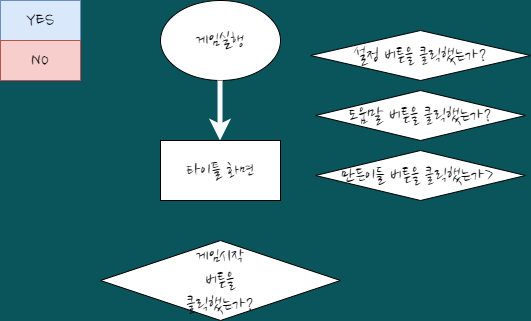
Earlier version of the draw.io export gameplay_flowchat.drawio.png (kinesis19/stac_project_SME). Source tidied: cells renumbered, new cells last; positions are measured from the earlier drawing's top-left corner, leaving out a move shared by most shapes.
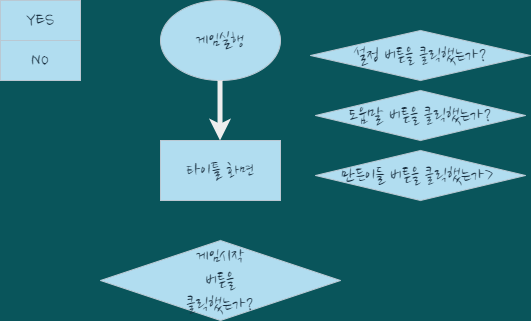
The same diagram one commit later.

What changed in the source:
```diff
@@ -2,34 +2,34 @@
   <root>
     <mxCell id="0" />
     <mxCell id="1" parent="0" />
-    <mxCell id="2" value="&lt;font style=&quot;font-size: 20px;&quot;&gt;게임실행&lt;/font&gt;" style="ellipse;whiteSpace=wrap;html=1;fontFamily=Nanum Brush Script;fontSource=https%3A%2F%2Ffonts.googleapis.com%2Fcss%3Ffamily%3DNanum%2BBrush%2BScript;fontSize=20;" parent="1" vertex="1">
+    <mxCell id="2" value="&lt;font style=&quot;font-size: 20px;&quot;&gt;게임실행&lt;/font&gt;" style="ellipse;whiteSpace=wrap;html=1;fontFamily=Nanum Brush Script;fontSource=https%3A%2F%2Ffonts.googleapis.com%2Fcss%3Ffamily%3DNanum%2BBrush%2BScript;fontSize=20;fillColor=#B1DDF0;strokeColor=#BAC8D3;fontColor=#182E3E;" parent="1" vertex="1">
       <mxGeometry x="160" width="120" height="80" as="geometry" />
     </mxCell>
-    <mxCell id="3" value="YES" style="rounded=0;whiteSpace=wrap;html=1;sketch=0;fontSize=20;strokeColor=#6c8ebf;fillColor=#dae8fc;fontFamily=Nanum Brush Script;fontSource=https%3A%2F%2Ffonts.googleapis.com%2Fcss%3Ffamily%3DNanum%2BBrush%2BScript;" parent="1" vertex="1">
+    <mxCell id="3" value="YES" style="rounded=0;whiteSpace=wrap;html=1;sketch=0;fontSize=20;strokeColor=#BAC8D3;fillColor=#B1DDF0;fontFamily=Nanum Brush Script;fontSource=https%3A%2F%2Ffonts.googleapis.com%2Fcss%3Ffamily%3DNanum%2BBrush%2BScript;fontColor=#182E3E;" parent="1" vertex="1">
       <mxGeometry width="80" height="40" as="geometry" />
     </mxCell>
-    <mxCell id="4" value="NO" style="rounded=0;whiteSpace=wrap;html=1;sketch=0;fontSize=20;strokeColor=#b85450;fillColor=#f8cecc;fontFamily=Nanum Brush Script;fontSource=https%3A%2F%2Ffonts.googleapis.com%2Fcss%3Ffamily%3DNanum%2BBrush%2BScript;" parent="1" vertex="1">
+    <mxCell id="4" value="NO" style="rounded=0;whiteSpace=wrap;html=1;sketch=0;fontSize=20;strokeColor=#BAC8D3;fillColor=#B1DDF0;fontFamily=Nanum Brush Script;fontSource=https%3A%2F%2Ffonts.googleapis.com%2Fcss%3Ffamily%3DNanum%2BBrush%2BScript;fontColor=#182E3E;" parent="1" vertex="1">
       <mxGeometry y="40" width="80" height="40" as="geometry" />
     </mxCell>
-    <mxCell id="5" style="endArrow=classic;html=1;rounded=1;sketch=0;fontFamily=Nanum Brush Script;fontSource=https%3A%2F%2Ffonts.googleapis.com%2Fcss%3Ffamily%3DNanum%2BBrush%2BScript;fontSize=20;fontColor=#FFFFFF;strokeColor=#FAFAFA;jumpSize=10;strokeWidth=5;shadow=0;" parent="1" edge="1">
+    <mxCell id="5" style="endArrow=classic;html=1;rounded=1;sketch=0;fontFamily=Nanum Brush Script;fontSource=https%3A%2F%2Ffonts.googleapis.com%2Fcss%3Ffamily%3DNanum%2BBrush%2BScript;fontSize=20;fontColor=#FFFFFF;strokeColor=#EEEEEE;jumpSize=10;strokeWidth=5;shadow=0;labelBackgroundColor=#09555B;" parent="1" edge="1">
       <mxGeometry relative="1" as="geometry">
         <mxPoint x="219.5" y="80" as="sourcePoint" />
         <mxPoint x="219.5" y="140" as="targetPoint" />
       </mxGeometry>
     </mxCell>
-    <mxCell id="6" value="타이틀 화면" style="rounded=0;whiteSpace=wrap;html=1;sketch=0;fontFamily=Nanum Brush Script;fontSource=https%3A%2F%2Ffonts.googleapis.com%2Fcss%3Ffamily%3DNanum%2BBrush%2BScript;fontSize=20;" parent="1" vertex="1">
+    <mxCell id="6" value="타이틀 화면" style="rounded=0;whiteSpace=wrap;html=1;sketch=0;fontFamily=Nanum Brush Script;fontSource=https%3A%2F%2Ffonts.googleapis.com%2Fcss%3Ffamily%3DNanum%2BBrush%2BScript;fontSize=20;fillColor=#B1DDF0;strokeColor=#BAC8D3;fontColor=#182E3E;" parent="1" vertex="1">
       <mxGeometry x="160" y="140" width="120" height="60" as="geometry" />
     </mxCell>
-    <mxCell id="7" value="게임시작&lt;br&gt;버튼을&lt;br&gt;클릭했는가?" style="rhombus;whiteSpace=wrap;html=1;rounded=0;sketch=0;fontFamily=Nanum Brush Script;fontSource=https%3A%2F%2Ffonts.googleapis.com%2Fcss%3Ffamily%3DNanum%2BBrush%2BScript;fontSize=20;" parent="1" vertex="1">
+    <mxCell id="7" value="게임시작&lt;br&gt;버튼을&lt;br&gt;클릭했는가?" style="rhombus;whiteSpace=wrap;html=1;rounded=0;sketch=0;fontFamily=Nanum Brush Script;fontSource=https%3A%2F%2Ffonts.googleapis.com%2Fcss%3Ffamily%3DNanum%2BBrush%2BScript;fontSize=20;fillColor=#B1DDF0;strokeColor=#BAC8D3;fontColor=#182E3E;" parent="1" vertex="1">
       <mxGeometry x="100" y="240" width="240" height="80" as="geometry" />
     </mxCell>
-    <mxCell id="8" value="설정 버튼을 클릭했는가?" style="rhombus;whiteSpace=wrap;html=1;rounded=0;sketch=0;fontFamily=Nanum Brush Script;fontSource=https%3A%2F%2Ffonts.googleapis.com%2Fcss%3Ffamily%3DNanum%2BBrush%2BScript;fontSize=20;" parent="1" vertex="1">
+    <mxCell id="8" value="설정 버튼을 클릭했는가?" style="rhombus;whiteSpace=wrap;html=1;rounded=0;sketch=0;fontFamily=Nanum Brush Script;fontSource=https%3A%2F%2Ffonts.googleapis.com%2Fcss%3Ffamily%3DNanum%2BBrush%2BScript;fontSize=20;fillColor=#B1DDF0;strokeColor=#BAC8D3;fontColor=#182E3E;" parent="1" vertex="1">
       <mxGeometry x="310" y="30" width="220" height="50" as="geometry" />
     </mxCell>
-    <mxCell id="9" value="도움말 버튼을 클릭했는가?" style="rhombus;whiteSpace=wrap;html=1;rounded=0;sketch=0;fontFamily=Nanum Brush Script;fontSource=https%3A%2F%2Ffonts.googleapis.com%2Fcss%3Ffamily%3DNanum%2BBrush%2BScript;fontSize=20;" parent="1" vertex="1">
+    <mxCell id="9" value="도움말 버튼을 클릭했는가?" style="rhombus;whiteSpace=wrap;html=1;rounded=0;sketch=0;fontFamily=Nanum Brush Script;fontSource=https%3A%2F%2Ffonts.googleapis.com%2Fcss%3Ffamily%3DNanum%2BBrush%2BScript;fontSize=20;fillColor=#B1DDF0;strokeColor=#BAC8D3;fontColor=#182E3E;" parent="1" vertex="1">
       <mxGeometry x="315" y="90" width="210" height="50" as="geometry" />
     </mxCell>
-    <mxCell id="10" value="만든이들 버튼을 클릭했는가&amp;gt;&amp;nbsp;" style="rhombus;whiteSpace=wrap;html=1;rounded=0;sketch=0;fontFamily=Nanum Brush Script;fontSource=https%3A%2F%2Ffonts.googleapis.com%2Fcss%3Ffamily%3DNanum%2BBrush%2BScript;fontSize=20;" parent="1" vertex="1">
+    <mxCell id="10" value="만든이들 버튼을 클릭했는가&amp;gt;&amp;nbsp;" style="rhombus;whiteSpace=wrap;html=1;rounded=0;sketch=0;fontFamily=Nanum Brush Script;fontSource=https%3A%2F%2Ffonts.googleapis.com%2Fcss%3Ffamily%3DNanum%2BBrush%2BScript;fontSize=20;fillColor=#B1DDF0;strokeColor=#BAC8D3;fontColor=#182E3E;" parent="1" vertex="1">
       <mxGeometry x="315" y="150" width="210" height="50" as="geometry" />
     </mxCell>
   </root>
```
